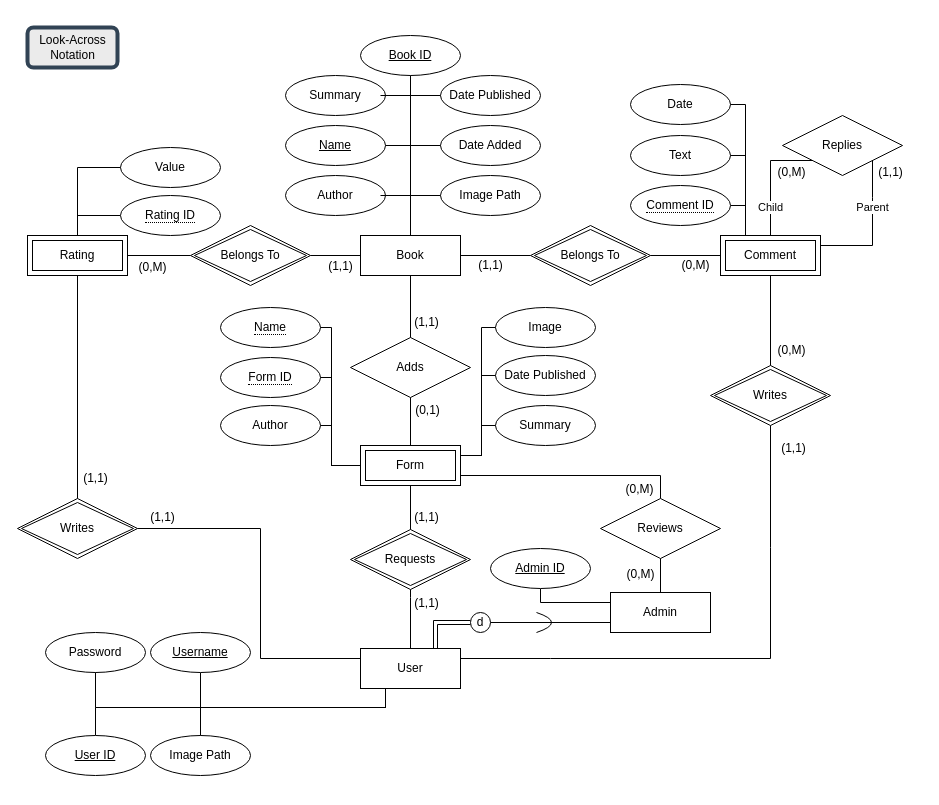
Before: BDB Diagram.drawio in theinsurgentarchive/BDB, a draw.io diagram. Source tidied: cells renumbered, new cells numbered last; positions are measured from the earlier drawing's top-left corner, leaving out a move shared by most shapes. Both pictures are drawn from the tidied source at 100%, with x=0, y=0 at pixel (17, 27).
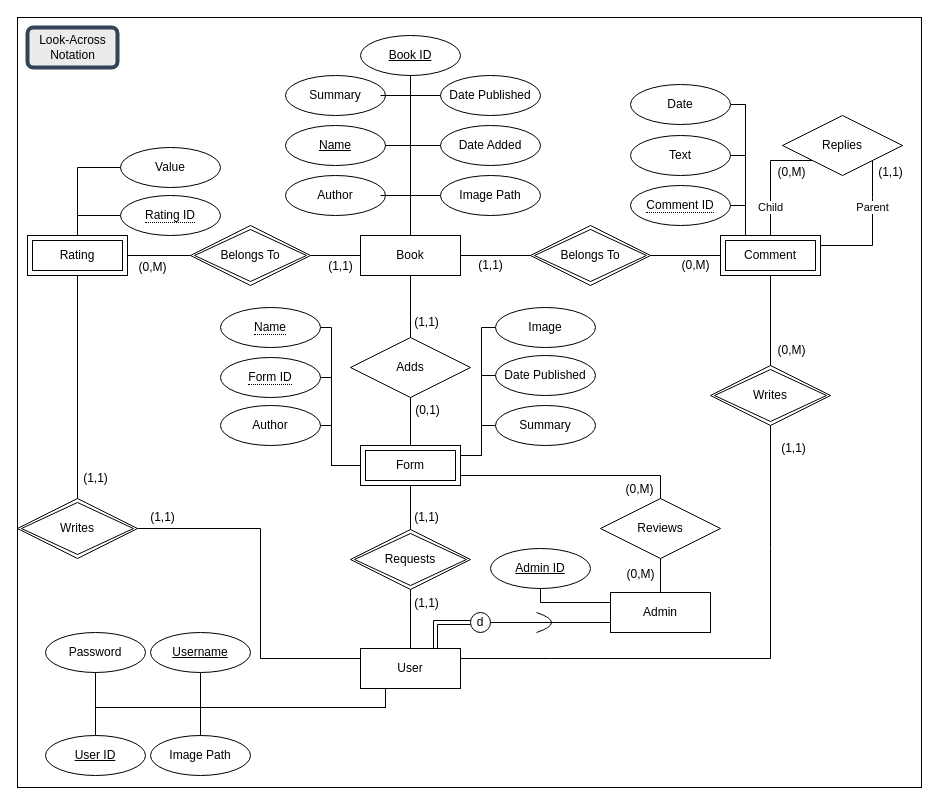
The same diagram, later.

Diff of the diagram source:
```diff
@@
+    <mxCell id="99" style="rounded=0;whiteSpace=wrap;html=1;" parent="1" vertex="1">
+      <mxGeometry y="-10" width="904" height="770" as="geometry" />
+    </mxCell>
```
